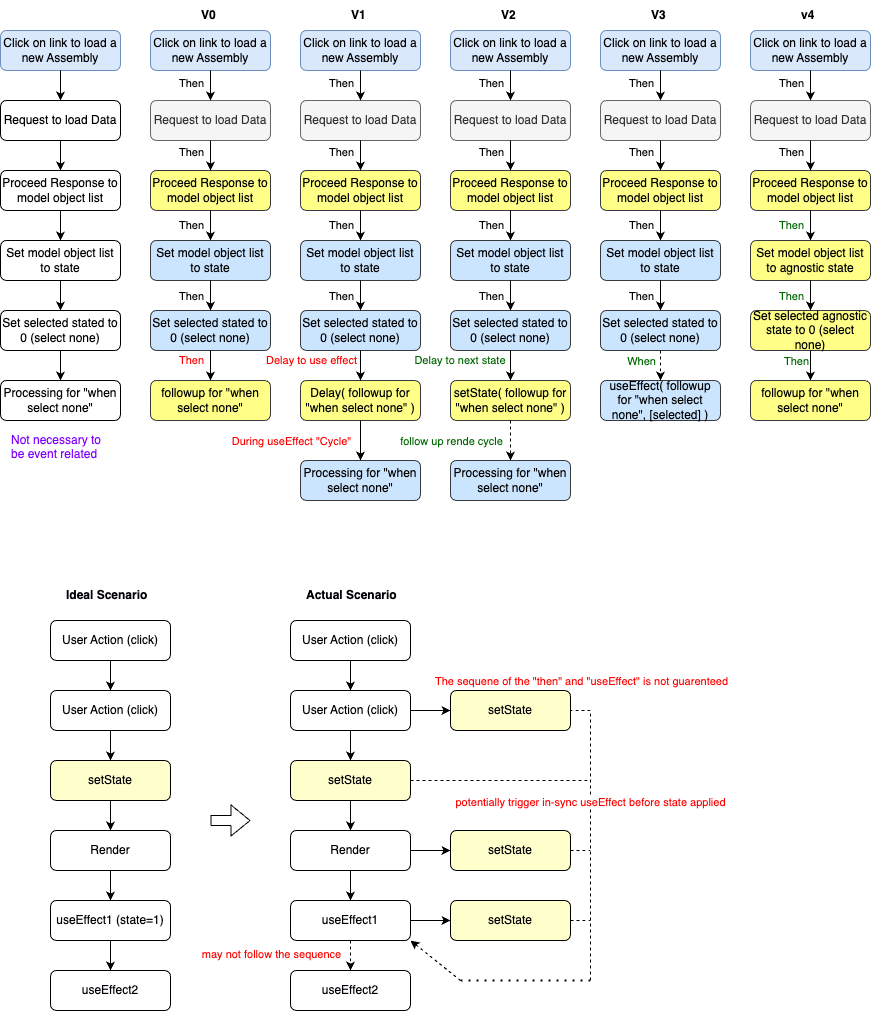
Earlier version of the draw.io export src/pages/batch/batch.drawio.png (jesse23/react-test-bed). Source tidied: cells renumbered, new cells last; positions are measured from the earlier drawing's top-left corner, leaving out a move shared by most shapes.
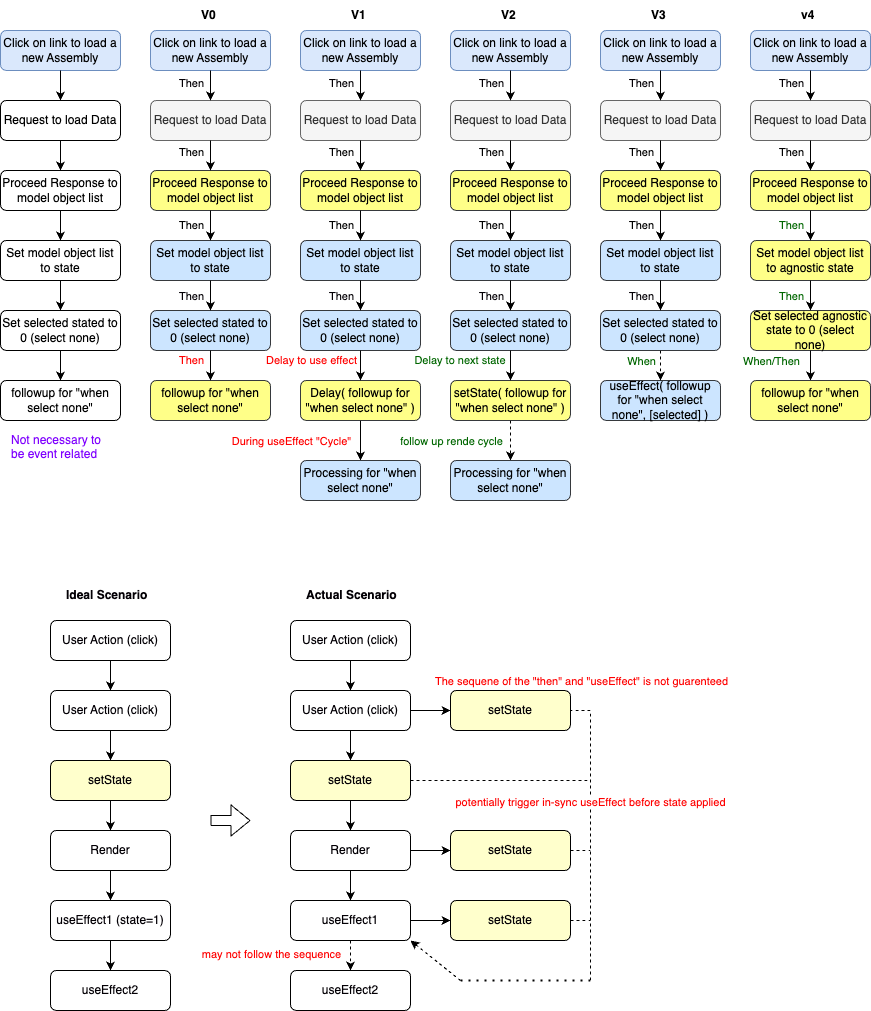
The same file after the commit.

The edit, as a diff of the source:
```diff
@@ -17,7 +17,7 @@
     <mxCell id="6" value="Set selected stated to 0 (select none)" style="rounded=1;whiteSpace=wrap;html=1;" parent="1" vertex="1">
       <mxGeometry y="310" width="120" height="40" as="geometry" />
     </mxCell>
-    <mxCell id="7" value="Processing for &quot;when select none&quot;" style="rounded=1;whiteSpace=wrap;html=1;" parent="1" vertex="1">
+    <mxCell id="7" value="followup for &quot;when select none&quot;" style="rounded=1;whiteSpace=wrap;html=1;" parent="1" vertex="1">
       <mxGeometry y="380" width="120" height="40" as="geometry" />
     </mxCell>
     <mxCell id="8" style="endArrow=classic;html=1;entryX=0.5;entryY=0;entryDx=0;entryDy=0;exitX=0.5;exitY=1;exitDx=0;exitDy=0;" parent="1" edge="1" source="2" target="3">
@@ -360,9 +360,9 @@
         <mxPoint x="810" y="380" as="targetPoint" />
       </mxGeometry>
     </mxCell>
-    <mxCell id="102" value="Then" style="edgeLabel;html=1;align=center;verticalAlign=middle;fontColor=#006600;" parent="101" vertex="1">
+    <mxCell id="102" value="When/Then" style="edgeLabel;html=1;align=center;verticalAlign=middle;fontColor=#006600;" parent="101" vertex="1">
       <mxGeometry x="-0.33" y="2" relative="1" as="geometry">
-        <mxPoint x="-17" as="offset" />
+        <mxPoint x="-42" as="offset" />
       </mxGeometry>
     </mxCell>
     <mxCell id="103" value="v4" style="text;strokeColor=none;fillColor=none;align=left;verticalAlign=middle;spacingLeft=4;spacingRight=4;overflow=hidden;whiteSpace=wrap;html=1;fontStyle=1;" parent="1" vertex="1">
```
